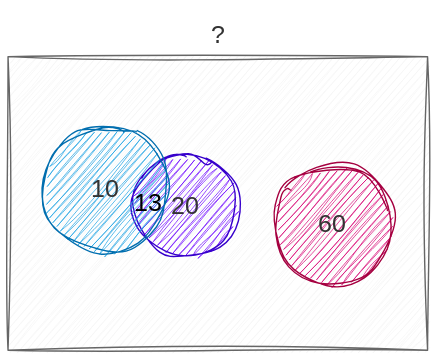
This is img/sannsyn/sannsynv5add.drawio.svg from Andremartiny/MA-173, a draw.io export, as it was before one commit. Source tidied: cells renumbered, new cells last; positions are measured from the earlier drawing's top-left corner, leaving out a move shared by most shapes. The source it was exported from:
```xml
<mxGraphModel>
  <root>
    <mxCell id="0" />
    <mxCell id="1" parent="0" />
    <mxCell id="2" style="whiteSpace=wrap;html=1;sketch=1;hachureGap=4;jiggle=2;curveFitting=1;fillColor=#f5f5f5;fontColor=#333333;strokeColor=#666666;fontFamily=Handlee;fontSource=https%3A%2F%2Ffonts.googleapis.com%2Fcss%3Ffamily%3DHandlee;fontSize=18;" parent="1" vertex="1">
      <mxGeometry y="35" width="300" height="210" as="geometry" />
    </mxCell>
    <mxCell id="3" value="60" style="ellipse;whiteSpace=wrap;html=1;sketch=1;hachureGap=4;jiggle=2;curveFitting=1;fillColor=#d80073;fontColor=#333333;strokeColor=#A50040;fontFamily=Handlee;fontSource=https%3A%2F%2Ffonts.googleapis.com%2Fcss%3Ffamily%3DHandlee;fontSize=18;" parent="1" vertex="1">
      <mxGeometry x="190" y="112.5" width="85" height="85" as="geometry" />
    </mxCell>
    <mxCell id="4" value="20" style="ellipse;whiteSpace=wrap;html=1;sketch=1;hachureGap=4;jiggle=2;curveFitting=1;fillColor=#6a00ff;fontColor=#333333;strokeColor=#3700CC;fontFamily=Handlee;fontSource=https%3A%2F%2Ffonts.googleapis.com%2Fcss%3Ffamily%3DHandlee;fontSize=18;" parent="1" vertex="1">
      <mxGeometry x="90" y="105" width="73.8" height="73.8" as="geometry" />
    </mxCell>
    <mxCell id="5" value="10" style="ellipse;whiteSpace=wrap;html=1;sketch=1;hachureGap=4;jiggle=2;curveFitting=1;fillColor=#1ba1e2;fontColor=#333333;strokeColor=#006EAF;fontFamily=Handlee;fontSource=https%3A%2F%2Ffonts.googleapis.com%2Fcss%3Ffamily%3DHandlee;fontSize=18;" parent="1" vertex="1">
      <mxGeometry x="25" y="85" width="90" height="90" as="geometry" />
    </mxCell>
    <mxCell id="6" value="?" style="text;html=1;align=center;verticalAlign=middle;strokeColor=none;fillColor=none;fontFamily=Handlee;fontSource=https%3A%2F%2Ffonts.googleapis.com%2Fcss%3Ffamily%3DHandlee;fontColor=#333333;fontSize=18;" parent="1" vertex="1">
      <mxGeometry x="135" width="30" height="40" as="geometry" />
    </mxCell>
    <mxCell id="7" value="13" style="text;html=1;align=center;verticalAlign=middle;strokeColor=none;fillColor=none;fontFamily=Handlee;fontSource=https%3A%2F%2Ffonts.googleapis.com%2Fcss%3Ffamily%3DHandlee;fontSize=18;" parent="1" vertex="1">
      <mxGeometry x="80" y="120" width="40" height="40" as="geometry" />
    </mxCell>
  </root>
</mxGraphModel>
```
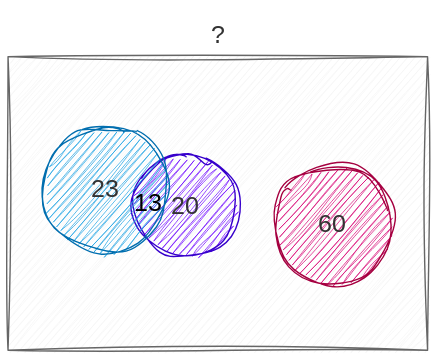
After the change.

Diff of the diagram source:
```diff
@@ -11,7 +11,7 @@
     <mxCell id="4" value="20" style="ellipse;whiteSpace=wrap;html=1;sketch=1;hachureGap=4;jiggle=2;curveFitting=1;fillColor=#6a00ff;fontColor=#333333;strokeColor=#3700CC;fontFamily=Handlee;fontSource=https%3A%2F%2Ffonts.googleapis.com%2Fcss%3Ffamily%3DHandlee;fontSize=18;" parent="1" vertex="1">
       <mxGeometry x="90" y="105" width="73.8" height="73.8" as="geometry" />
     </mxCell>
-    <mxCell id="5" value="10" style="ellipse;whiteSpace=wrap;html=1;sketch=1;hachureGap=4;jiggle=2;curveFitting=1;fillColor=#1ba1e2;fontColor=#333333;strokeColor=#006EAF;fontFamily=Handlee;fontSource=https%3A%2F%2Ffonts.googleapis.com%2Fcss%3Ffamily%3DHandlee;fontSize=18;" parent="1" vertex="1">
+    <mxCell id="5" value="23" style="ellipse;whiteSpace=wrap;html=1;sketch=1;hachureGap=4;jiggle=2;curveFitting=1;fillColor=#1ba1e2;fontColor=#333333;strokeColor=#006EAF;fontFamily=Handlee;fontSource=https%3A%2F%2Ffonts.googleapis.com%2Fcss%3Ffamily%3DHandlee;fontSize=18;" parent="1" vertex="1">
       <mxGeometry x="25" y="85" width="90" height="90" as="geometry" />
     </mxCell>
     <mxCell id="6" value="?" style="text;html=1;align=center;verticalAlign=middle;strokeColor=none;fillColor=none;fontFamily=Handlee;fontSource=https%3A%2F%2Ffonts.googleapis.com%2Fcss%3Ffamily%3DHandlee;fontColor=#333333;fontSize=18;" parent="1" vertex="1">
```
